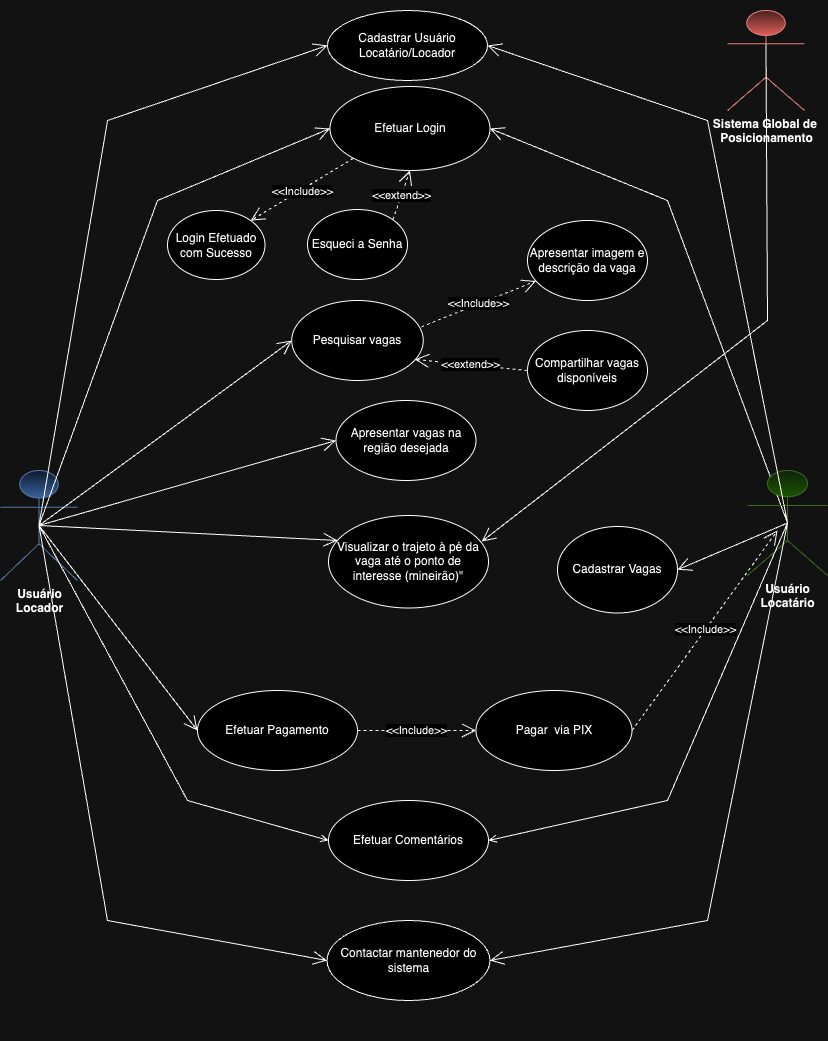
This is docs/img/Diagrama Park4You.drawio.png from ICEI-PUC-Minas-PMV-ADS/pmv-ads-2023-2-e2-proj-int-t3-park4you, a draw.io export, as it was before one commit. Source tidied: cells renumbered, new cells last; positions are measured from the earlier drawing's top-left corner, leaving out a move shared by most shapes.
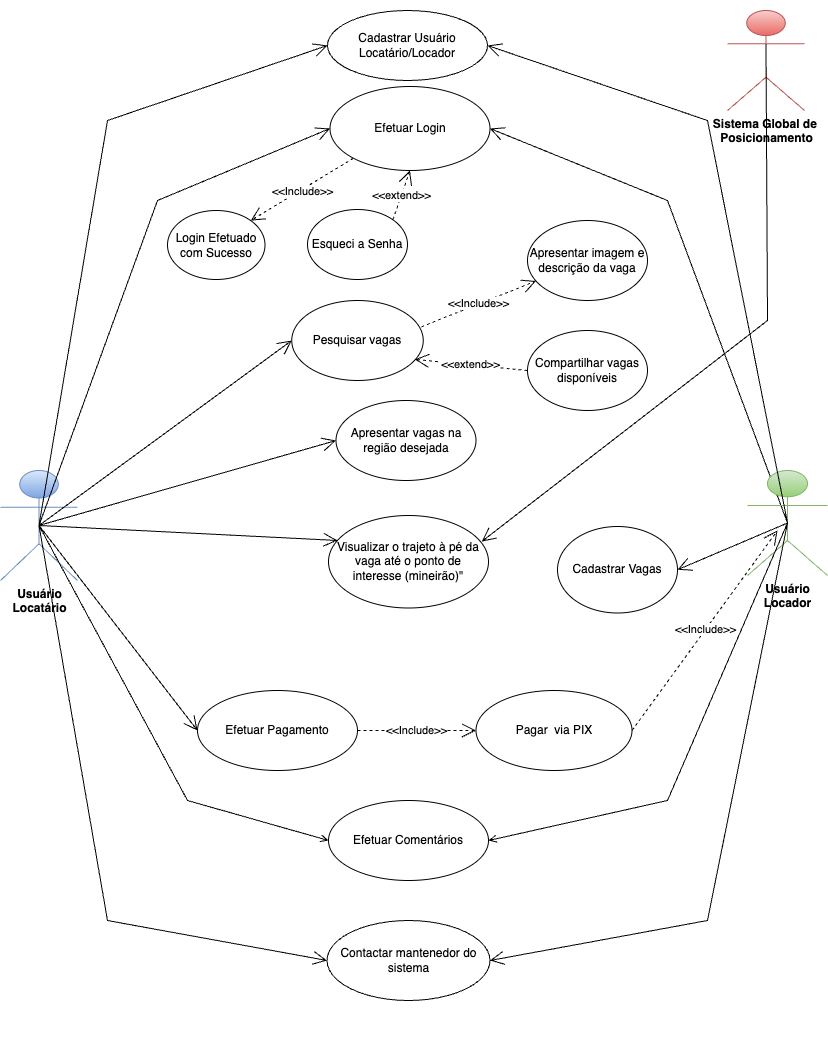
Above is the later version.

Commit message:
Atualizacao Diagrama

Diff of the diagram source:
```diff
@@ -62,7 +62,7 @@
     <mxCell id="21" value="&amp;lt;&amp;lt;extend&amp;gt;&amp;gt;" style="endArrow=open;endSize=12;dashed=1;html=1;rounded=0;exitX=1;exitY=0;exitDx=0;exitDy=0;entryX=0.5;entryY=1;entryDx=0;entryDy=0;" parent="2" edge="1" source="18" target="9">
       <mxGeometry relative="1" as="geometry" />
     </mxCell>
-    <mxCell id="22" value="Usuário &lt;br&gt;Locador" style="shape=umlActor;verticalLabelPosition=bottom;verticalAlign=top;html=1;outlineConnect=0;fillColor=#dae8fc;strokeColor=#6c8ebf;fontStyle=1;gradientColor=#7ea6e0;" parent="1" vertex="1">
+    <mxCell id="22" value="Usuário &lt;br&gt;Locatário" style="shape=umlActor;verticalLabelPosition=bottom;verticalAlign=top;html=1;outlineConnect=0;fillColor=#dae8fc;strokeColor=#6c8ebf;fontStyle=1;gradientColor=#7ea6e0;" parent="1" vertex="1">
       <mxGeometry y="470" width="77" height="110" as="geometry" />
     </mxCell>
     <mxCell id="23" value="&lt;b&gt;Sistema Global de&amp;nbsp;&lt;br&gt;Posicionamento&lt;/b&gt;" style="shape=umlActor;verticalLabelPosition=bottom;verticalAlign=top;html=1;fillColor=#f8cecc;strokeColor=#b85450;gradientColor=#ea6b66;" parent="1" vertex="1">
@@ -122,7 +122,7 @@
         </Array>
       </mxGeometry>
     </mxCell>
-    <mxCell id="34" value="Usuário&lt;br&gt;Locatário" style="shape=umlActor;verticalLabelPosition=bottom;verticalAlign=top;html=1;outlineConnect=0;fillColor=#d5e8d4;strokeColor=#82b366;fontStyle=1;gradientColor=#97d077;" parent="1" vertex="1">
+    <mxCell id="34" value="Usuário&lt;br&gt;Locador" style="shape=umlActor;verticalLabelPosition=bottom;verticalAlign=top;html=1;outlineConnect=0;fillColor=#d5e8d4;strokeColor=#82b366;fontStyle=1;gradientColor=#97d077;" parent="1" vertex="1">
       <mxGeometry x="747" y="470" width="80" height="105" as="geometry" />
     </mxCell>
     <mxCell id="35" style="endArrow=open;endFill=1;endSize=12;html=1;rounded=0;exitX=0.5;exitY=0.5;exitDx=0;exitDy=0;exitPerimeter=0;entryX=1;entryY=0.5;entryDx=0;entryDy=0;" parent="1" edge="1" source="34" target="11">
```
